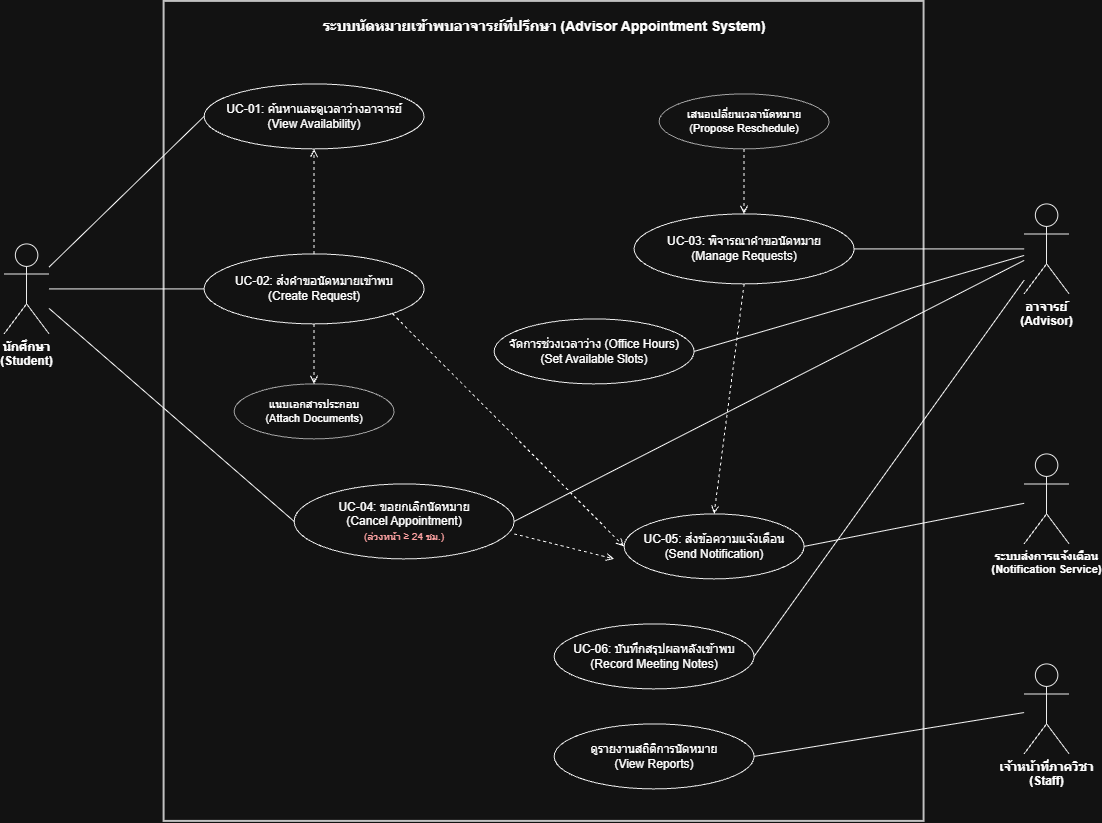
Above: diagrams/use-case/usecase.drawio.png in TAONAJA/ENGSE206-Group4-advisor-appointment (draw.io), before the change. Source tidied: cells renumbered, new cells last; positions are measured from the earlier drawing's top-left corner, leaving out a move shared by most shapes.
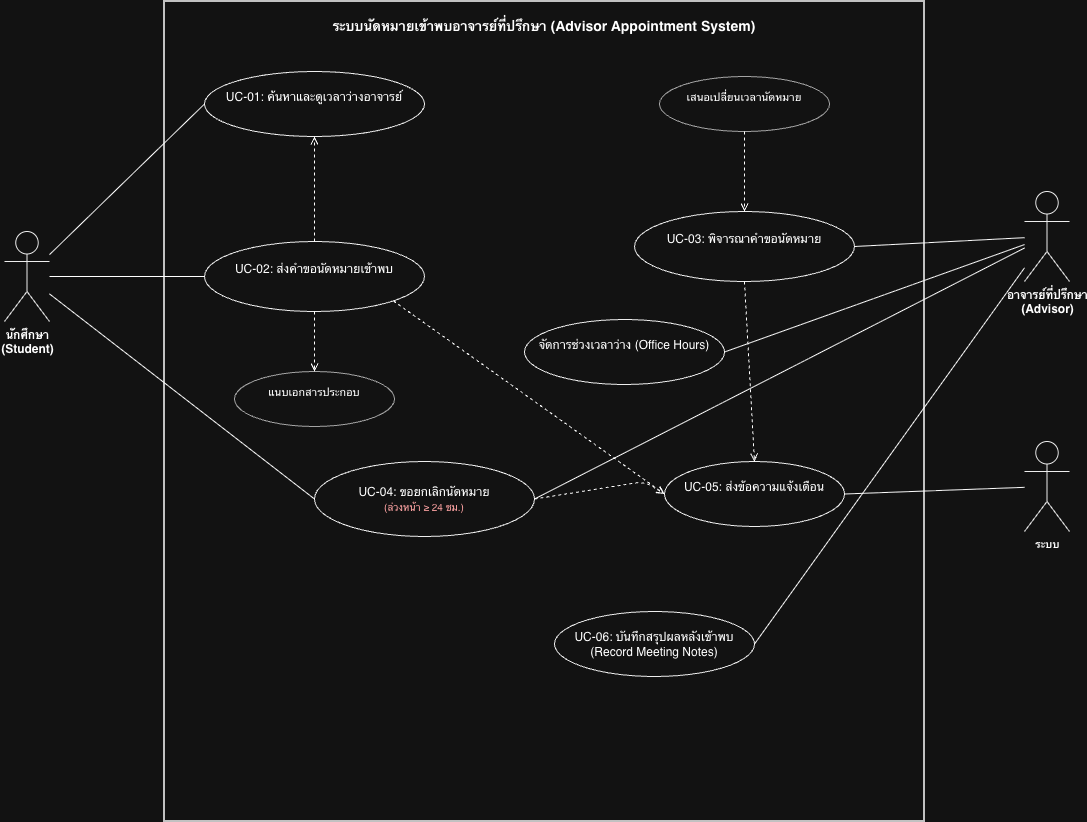
Later version of the same file.

Diff of the diagram source:
```diff
@@ -3,50 +3,44 @@
     <mxCell id="0" />
     <mxCell id="1" parent="0" />
     <mxCell id="2" value="ระบบนัดหมายเข้าพบอาจารย์ที่ปรึกษา (Advisor Appointment System)" style="shape=rect;html=1;verticalAlign=top;fontStyle=1;whiteSpace=wrap;align=center;fillColor=#ffffff;strokeColor=#333333;strokeWidth=2;fontSize=14;spacingTop=10;" parent="1" vertex="1">
-      <mxGeometry x="160" y="-0.5" width="760" height="820" as="geometry" />
+      <mxGeometry x="160" y="12" width="760" height="820" as="geometry" />
     </mxCell>
     <mxCell id="3" value="นักศึกษา&#10;(Student)" style="shape=umlActor;verticalLabelPosition=bottom;verticalAlign=top;html=1;outlineConnect=0;fontStyle=1;fontSize=12;strokeColor=#000000;fillColor=#ffffff;" parent="1" vertex="1">
       <mxGeometry y="242" width="45" height="90" as="geometry" />
     </mxCell>
-    <mxCell id="4" value="อาจารย์&lt;br&gt;(Advisor)" style="shape=umlActor;verticalLabelPosition=bottom;verticalAlign=top;html=1;outlineConnect=0;fontStyle=1;fontSize=12;strokeColor=#000000;fillColor=#ffffff;" parent="1" vertex="1">
+    <mxCell id="4" value="อาจารย์ที่ปรึกษา&#10;(Advisor)" style="shape=umlActor;verticalLabelPosition=bottom;verticalAlign=top;html=1;outlineConnect=0;fontStyle=1;fontSize=12;strokeColor=#000000;fillColor=#ffffff;" parent="1" vertex="1">
       <mxGeometry x="1020" y="202" width="45" height="90" as="geometry" />
     </mxCell>
-    <mxCell id="5" value="เจ้าหน้าที่ภาควิชา&#10;(Staff)" style="shape=umlActor;verticalLabelPosition=bottom;verticalAlign=top;html=1;outlineConnect=0;fontStyle=1;fontSize=12;strokeColor=#000000;fillColor=#ffffff;" parent="1" vertex="1">
-      <mxGeometry x="1020" y="662" width="45" height="90" as="geometry" />
-    </mxCell>
-    <mxCell id="6" value="ระบบส่งการแจ้งเตือน&#10;(Notification Service)" style="shape=umlActor;verticalLabelPosition=bottom;verticalAlign=top;html=1;outlineConnect=0;fontStyle=1;fontSize=11;strokeColor=#000000;fillColor=#ffffff;" parent="1" vertex="1">
+    <mxCell id="6" value="ระบบ&lt;div&gt;&lt;br/&gt;&lt;/div&gt;" style="shape=umlActor;verticalLabelPosition=bottom;verticalAlign=top;html=1;outlineConnect=0;fontStyle=1;fontSize=11;strokeColor=#000000;fillColor=#ffffff;" parent="1" vertex="1">
       <mxGeometry x="1020" y="452" width="45" height="90" as="geometry" />
     </mxCell>
-    <mxCell id="7" value="UC-01: ค้นหาและดูเวลาว่างอาจารย์&#10;(View Availability)" style="ellipse;whiteSpace=wrap;html=1;fillColor=#ffffff;strokeColor=#000000;fontSize=12;" parent="1" vertex="1">
+    <mxCell id="7" value="UC-01: ค้นหาและดูเวลาว่างอาจารย์&lt;div&gt;&lt;br/&gt;&lt;/div&gt;" style="ellipse;whiteSpace=wrap;html=1;fillColor=#ffffff;strokeColor=#000000;fontSize=12;" parent="1" vertex="1">
       <mxGeometry x="200" y="82" width="220" height="65" as="geometry" />
     </mxCell>
-    <mxCell id="8" value="UC-02: ส่งคำขอนัดหมายเข้าพบ&#10;(Create Request)" style="ellipse;whiteSpace=wrap;html=1;fillColor=#ffffff;strokeColor=#000000;fontSize=12;" parent="1" vertex="1">
+    <mxCell id="8" value="UC-02: ส่งคำขอนัดหมายเข้าพบ&lt;div&gt;&lt;br/&gt;&lt;/div&gt;" style="ellipse;whiteSpace=wrap;html=1;fillColor=#ffffff;strokeColor=#000000;fontSize=12;" parent="1" vertex="1">
       <mxGeometry x="200" y="252" width="220" height="70" as="geometry" />
     </mxCell>
-    <mxCell id="9" value="แนบเอกสารประกอบ&#10;(Attach Documents)" style="ellipse;whiteSpace=wrap;html=1;fillColor=#ffffff;strokeColor=#555555;fontSize=11;" parent="1" vertex="1">
+    <mxCell id="9" value="แนบเอกสารประกอบ&lt;div&gt;&lt;br/&gt;&lt;/div&gt;" style="ellipse;whiteSpace=wrap;html=1;fillColor=#ffffff;strokeColor=#555555;fontSize=11;" parent="1" vertex="1">
       <mxGeometry x="230" y="382" width="160" height="55" as="geometry" />
     </mxCell>
-    <mxCell id="10" value="UC-03: พิจารณาคำขอนัดหมาย&#10;(Manage Requests)" style="ellipse;whiteSpace=wrap;html=1;fillColor=#ffffff;strokeColor=#000000;fontSize=12;" parent="1" vertex="1">
-      <mxGeometry x="630" y="212" width="220" height="70" as="geometry" />
+    <mxCell id="10" value="UC-03: พิจารณาคำขอนัดหมาย&lt;div&gt;&lt;br/&gt;&lt;/div&gt;" style="ellipse;whiteSpace=wrap;html=1;fillColor=#ffffff;strokeColor=#000000;fontSize=12;" parent="1" vertex="1">
+      <mxGeometry x="630" y="222" width="220" height="70" as="geometry" />
     </mxCell>
-    <mxCell id="11" value="เสนอเปลี่ยนเวลานัดหมาย&#10;(Propose Reschedule)" style="ellipse;whiteSpace=wrap;html=1;fillColor=#ffffff;strokeColor=#555555;fontSize=11;" parent="1" vertex="1">
-      <mxGeometry x="655" y="92" width="170" height="55" as="geometry" />
+    <mxCell id="11" value="เสนอเปลี่ยนเวลานัดหมาย&lt;div&gt;&lt;br/&gt;&lt;/div&gt;" style="ellipse;whiteSpace=wrap;html=1;fillColor=#ffffff;strokeColor=#555555;fontSize=11;" parent="1" vertex="1">
+      <mxGeometry x="655" y="87" width="170" height="55" as="geometry" />
     </mxCell>
-    <mxCell id="12" value="จัดการช่วงเวลาว่าง (Office Hours)&#10;(Set Available Slots)" style="ellipse;whiteSpace=wrap;html=1;fillColor=#ffffff;strokeColor=#000000;fontSize=12;" parent="1" vertex="1">
-      <mxGeometry x="490" y="317" width="200" height="65" as="geometry" />
+    <mxCell id="12" value="จัดการช่วงเวลาว่าง (Office Hours)&lt;div&gt;&lt;br/&gt;&lt;/div&gt;" style="ellipse;whiteSpace=wrap;html=1;fillColor=#ffffff;strokeColor=#000000;fontSize=12;" parent="1" vertex="1">
+      <mxGeometry x="520" y="330" width="200" height="65" as="geometry" />
     </mxCell>
-    <mxCell id="13" value="UC-04: ขอยกเลิกนัดหมาย&#10;(Cancel Appointment)&#10;&lt;font color=&quot;#cc0000&quot; style=&quot;font-size: 10px;&quot;&gt;(ล่วงหน้า ≥ 24 ชม.)&lt;/font&gt;" style="ellipse;whiteSpace=wrap;html=1;fillColor=#ffffff;strokeColor=#000000;fontSize=12;" parent="1" vertex="1">
-      <mxGeometry x="290" y="482" width="220" height="75" as="geometry" />
+    <mxCell id="13" value="UC-04: ขอยกเลิกนัดหมาย&lt;br&gt;&lt;font color=&quot;#cc0000&quot; style=&quot;font-size: 10px;&quot;&gt;(ล่วงหน้า ≥ 24 ชม.)&lt;/font&gt;" style="ellipse;whiteSpace=wrap;html=1;fillColor=#ffffff;strokeColor=#000000;fontSize=12;" parent="1" vertex="1">
+      <mxGeometry x="310" y="472" width="220" height="75" as="geometry" />
     </mxCell>
-    <mxCell id="14" value="UC-05: ส่งข้อความแจ้งเตือน&#10;(Send Notification)" style="ellipse;whiteSpace=wrap;html=1;fillColor=#ffffff;strokeColor=#000000;fontSize=12;" parent="1" vertex="1">
-      <mxGeometry x="620" y="512" width="180" height="65" as="geometry" />
+    <mxCell id="14" value="UC-05: ส่งข้อความแจ้งเตือน&lt;div&gt;&lt;br/&gt;&lt;/div&gt;" style="ellipse;whiteSpace=wrap;html=1;fillColor=#ffffff;strokeColor=#000000;fontSize=12;" parent="1" vertex="1">
+      <mxGeometry x="660" y="472" width="180" height="65" as="geometry" />
     </mxCell>
     <mxCell id="15" value="UC-06: บันทึกสรุปผลหลังเข้าพบ&#10;(Record Meeting Notes)" style="ellipse;whiteSpace=wrap;html=1;fillColor=#ffffff;strokeColor=#000000;fontSize=12;" parent="1" vertex="1">
       <mxGeometry x="550" y="622" width="200" height="65" as="geometry" />
     </mxCell>
-    <mxCell id="16" value="ดูรายงานสถิติการนัดหมาย&#10;(View Reports)" style="ellipse;whiteSpace=wrap;html=1;fillColor=#ffffff;strokeColor=#000000;fontSize=12;" parent="1" vertex="1">
-      <mxGeometry x="550" y="722" width="200" height="65" as="geometry" />
-    </mxCell>
     <mxCell id="17" style="endArrow=none;html=1;entryX=0;entryY=0.5;entryDx=0;entryDy=0;" parent="1" edge="1" source="3" target="7">
       <mxGeometry relative="1" as="geometry" />
     </mxCell>
@@ -68,28 +62,26 @@
     <mxCell id="23" style="endArrow=none;html=1;entryX=1;entryY=0.5;entryDx=0;entryDy=0;" parent="1" edge="1" source="4" target="15">
       <mxGeometry relative="1" as="geometry" />
     </mxCell>
-    <mxCell id="24" style="endArrow=none;html=1;entryX=1;entryY=0.5;entryDx=0;entryDy=0;" parent="1" edge="1" source="5" target="16">
-      <mxGeometry relative="1" as="geometry" />
-    </mxCell>
     <mxCell id="25" style="endArrow=none;html=1;entryX=1;entryY=0.5;entryDx=0;entryDy=0;" parent="1" edge="1" source="6" target="14">
       <mxGeometry relative="1" as="geometry" />
     </mxCell>
     <mxCell id="26" style="html=1;verticalAlign=bottom;labelBackgroundColor=none;endArrow=open;endFill=0;dashed=1;entryX=0.5;entryY=1;entryDx=0;entryDy=0;exitX=0.5;exitY=0;exitDx=0;exitDy=0;fontSize=10;" parent="1" edge="1" source="8" target="7">
-      <mxGeometry relative="1" as="geometry" />
+      <mxGeometry x="0.14" y="-20" relative="1" as="geometry" />
     </mxCell>
     <mxCell id="27" style="html=1;verticalAlign=bottom;labelBackgroundColor=none;endArrow=open;endFill=0;dashed=1;entryX=0.5;entryY=0;entryDx=0;entryDy=0;exitX=0.5;exitY=1;exitDx=0;exitDy=0;fontSize=10;" parent="1" edge="1" source="8" target="9">
-      <mxGeometry relative="1" as="geometry" />
+      <mxGeometry y="-20" relative="1" as="geometry" />
     </mxCell>
     <mxCell id="28" style="html=1;verticalAlign=bottom;labelBackgroundColor=none;endArrow=open;endFill=0;dashed=1;entryX=0;entryY=0.5;entryDx=0;entryDy=0;exitX=1;exitY=1;exitDx=0;exitDy=0;fontSize=10;" parent="1" edge="1" source="8" target="14">
-      <mxGeometry x="0.02" y="12" relative="1" as="geometry" />
+      <mxGeometry relative="1" as="geometry" />
     </mxCell>
     <mxCell id="29" style="html=1;verticalAlign=bottom;labelBackgroundColor=none;endArrow=open;endFill=0;dashed=1;entryX=0.5;entryY=0;entryDx=0;entryDy=0;exitX=0.5;exitY=1;exitDx=0;exitDy=0;fontSize=10;" parent="1" edge="1" source="10" target="14">
       <mxGeometry relative="1" as="geometry" />
     </mxCell>
-    <mxCell id="30" style="html=1;verticalAlign=bottom;labelBackgroundColor=none;endArrow=open;endFill=0;dashed=1;entryX=0;entryY=0.5;entryDx=0;entryDy=0;exitX=1;exitY=0.5;exitDx=0;exitDy=0;fontSize=10;" parent="1" edge="1">
+    <mxCell id="30" style="html=1;verticalAlign=bottom;labelBackgroundColor=none;endArrow=open;endFill=0;dashed=1;entryX=0;entryY=0.5;entryDx=0;entryDy=0;exitX=1;exitY=0.5;exitDx=0;exitDy=0;fontSize=10;" parent="1" edge="1" source="13" target="14">
       <mxGeometry relative="1" as="geometry">
-        <mxPoint x="510" y="532" as="sourcePoint" />
-        <mxPoint x="610" y="557" as="targetPoint" />
+        <Array as="points">
+          <mxPoint x="640" y="492" />
+        </Array>
       </mxGeometry>
     </mxCell>
     <mxCell id="31" style="html=1;verticalAlign=bottom;labelBackgroundColor=none;endArrow=open;endFill=0;dashed=1;entryX=0.5;entryY=0;entryDx=0;entryDy=0;exitX=0.5;exitY=1;exitDx=0;exitDy=0;fontSize=10;" parent="1" edge="1" source="11" target="10">
```
